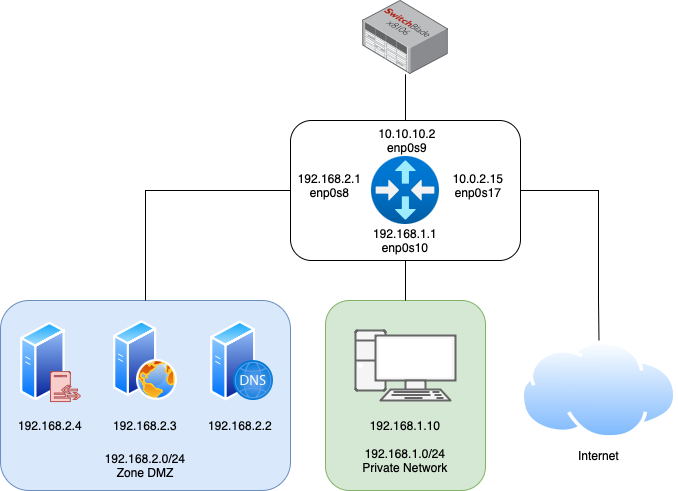
Before: ismail/DNetwork.png, a diagram exported from draw.io (Tructruc/N7-S5-Mise-En-Place-Reseau-Entreprise). Source tidied: cells renumbered, new cells last; positions are measured from the earlier drawing's top-left corner, leaving out a move shared by most shapes. The source it was exported from:
```xml
<mxGraphModel>
  <root>
    <mxCell id="0" />
    <mxCell id="1" parent="0" />
    <mxCell id="2" style="group;" parent="1" vertex="1">
      <mxGeometry y="300" width="290" height="190" as="geometry" />
    </mxCell>
    <mxCell id="3" style="rounded=1;whiteSpace=wrap;html=1;fillColor=#dae8fc;strokeColor=#6c8ebf;" parent="2" vertex="1">
      <mxGeometry width="290" height="190" as="geometry" />
    </mxCell>
    <mxCell id="4" style="image;perimeter=ellipsePerimeter;html=1;align=center;shadow=0;dashed=0;spacingTop=3;image=img/lib/active_directory/web_server.svg;" parent="2" vertex="1">
      <mxGeometry x="113" y="20" width="64" height="80" as="geometry" />
    </mxCell>
    <mxCell id="5" style="group;" parent="2" vertex="1">
      <mxGeometry x="210" y="20" width="63" height="81.1" as="geometry" />
    </mxCell>
    <mxCell id="6" style="image;perimeter=ellipsePerimeter;html=1;align=center;shadow=0;dashed=0;spacingTop=3;image=img/lib/active_directory/generic_server.svg;" parent="5" vertex="1">
      <mxGeometry width="45.4" height="81.1" as="geometry" />
    </mxCell>
    <mxCell id="7" style="image;html=1;align=center;fontSize=12;image=img/lib/azure2/networking/DNS_Zones.svg;" parent="5" vertex="1">
      <mxGeometry x="23" y="40.1" width="40" height="40" as="geometry" />
    </mxCell>
    <mxCell id="8" style="group;" parent="2" vertex="1">
      <mxGeometry x="20" y="21.1" width="60" height="80" as="geometry" />
    </mxCell>
    <mxCell id="9" style="image;perimeter=ellipsePerimeter;html=1;align=center;shadow=0;dashed=0;spacingTop=3;image=img/lib/active_directory/generic_server.svg;" parent="8" vertex="1">
      <mxGeometry width="44.8" height="80" as="geometry" />
    </mxCell>
    <mxCell id="10" style="sketch=0;shadow=0;dashed=0;html=1;strokeColor=#b85450;fillColor=#f8cecc;labelPosition=center;verticalLabelPosition=bottom;verticalAlign=top;align=center;shape=mxgraph.office.servers.reverse_proxy;" parent="8" vertex="1">
      <mxGeometry x="30" y="50" width="30" height="30" as="geometry" />
    </mxCell>
    <mxCell id="11" value="192.168.2.2" style="text;html=1;align=center;verticalAlign=middle;whiteSpace=wrap;rounded=0;" parent="2" vertex="1">
      <mxGeometry x="210" y="110" width="60" height="30" as="geometry" />
    </mxCell>
    <mxCell id="12" value="192.168.2.3" style="text;html=1;align=center;verticalAlign=middle;whiteSpace=wrap;rounded=0;" parent="2" vertex="1">
      <mxGeometry x="115" y="110" width="60" height="30" as="geometry" />
    </mxCell>
    <mxCell id="13" value="192.168.2.4" style="text;html=1;align=center;verticalAlign=middle;whiteSpace=wrap;rounded=0;" parent="2" vertex="1">
      <mxGeometry x="20" y="110" width="60" height="30" as="geometry" />
    </mxCell>
    <mxCell id="14" value="192.168.2.0/24&lt;div&gt;Zone DMZ&lt;/div&gt;" style="text;html=1;align=center;verticalAlign=middle;whiteSpace=wrap;rounded=0;" parent="2" vertex="1">
      <mxGeometry x="115" y="150" width="60" height="30" as="geometry" />
    </mxCell>
    <mxCell id="15" style="group;" parent="1" vertex="1">
      <mxGeometry x="325" y="300" width="160" height="190" as="geometry" />
    </mxCell>
    <mxCell id="16" style="rounded=1;whiteSpace=wrap;html=1;fillColor=#d5e8d4;strokeColor=#82b366;" parent="15" vertex="1">
      <mxGeometry width="160" height="190" as="geometry" />
    </mxCell>
    <mxCell id="17" style="verticalAlign=top;verticalLabelPosition=bottom;labelPosition=center;align=center;html=1;fillColor=#f5f5f5;strokeColor=#666666;gradientDirection=north;strokeWidth=2;shape=mxgraph.networks.pc;fontColor=#333333;" parent="15" vertex="1">
      <mxGeometry x="30" y="30" width="100" height="70" as="geometry" />
    </mxCell>
    <mxCell id="18" value="192.168.1.10" style="text;html=1;align=center;verticalAlign=middle;whiteSpace=wrap;rounded=0;" parent="15" vertex="1">
      <mxGeometry x="50" y="110" width="60" height="30" as="geometry" />
    </mxCell>
    <mxCell id="19" value="192.168.1.0/24&lt;div&gt;Private Network&lt;/div&gt;&lt;div&gt;&lt;br&gt;&lt;/div&gt;" style="text;html=1;align=center;verticalAlign=middle;whiteSpace=wrap;rounded=0;" parent="15" vertex="1">
      <mxGeometry x="35" y="151.5" width="90" height="30" as="geometry" />
    </mxCell>
    <mxCell id="20" value="Internet" style="image;perimeter=ellipsePerimeter;html=1;align=center;shadow=0;dashed=0;spacingTop=3;image=img/lib/active_directory/internet_cloud.svg;" parent="1" vertex="1">
      <mxGeometry x="520" y="340" width="157" height="98.9" as="geometry" />
    </mxCell>
    <mxCell id="21" style="group;" parent="1" vertex="1">
      <mxGeometry x="290" y="120" width="230" height="150" as="geometry" />
    </mxCell>
    <mxCell id="22" style="rounded=1;whiteSpace=wrap;html=1;" parent="21" vertex="1">
      <mxGeometry width="230" height="140" as="geometry" />
    </mxCell>
    <mxCell id="23" style="image;html=1;align=center;fontSize=12;image=img/lib/azure2/networking/Virtual_Router.svg;" parent="21" vertex="1">
      <mxGeometry x="81" y="36" width="68" height="68" as="geometry" />
    </mxCell>
    <mxCell id="24" value="192.168.1.1&#10;enp0s10" style="text;whiteSpace=wrap;align=center;" parent="21" vertex="1">
      <mxGeometry x="70" y="100" width="90" height="50" as="geometry" />
    </mxCell>
    <mxCell id="25" value="10.10.10.2&#10;enp0s9" style="text;whiteSpace=wrap;align=center;" parent="21" vertex="1">
      <mxGeometry x="71.5" width="90" height="50" as="geometry" />
    </mxCell>
    <mxCell id="26" value="192.168.2.1&#10;enp0s8" style="text;whiteSpace=wrap;align=center;" parent="21" vertex="1">
      <mxGeometry x="2" y="45" width="74.5" height="50" as="geometry" />
    </mxCell>
    <mxCell id="27" value="10.0.2.15&#10;enp0s17" style="text;whiteSpace=wrap;align=center;" parent="21" vertex="1">
      <mxGeometry x="156.5" y="45" width="61.5" height="50" as="geometry" />
    </mxCell>
    <mxCell id="28" style="edgeStyle=orthogonalEdgeStyle;rounded=0;jettySize=auto;html=1;entryX=0.5;entryY=0;entryDx=0;entryDy=0;endArrow=none;endFill=0;" parent="1" edge="1" source="22" target="20">
      <mxGeometry relative="1" as="geometry">
        <Array as="points">
          <mxPoint x="598" y="190" />
          <mxPoint x="598" y="300" />
        </Array>
      </mxGeometry>
    </mxCell>
    <mxCell id="29" style="edgeStyle=orthogonalEdgeStyle;rounded=0;jettySize=auto;html=1;endArrow=none;endFill=0;" parent="1" edge="1" source="22" target="16">
      <mxGeometry relative="1" as="geometry" />
    </mxCell>
    <mxCell id="30" style="edgeStyle=orthogonalEdgeStyle;rounded=0;jettySize=auto;html=1;entryX=0.5;entryY=0;entryDx=0;entryDy=0;endArrow=none;endFill=0;" parent="1" edge="1" source="22" target="3">
      <mxGeometry relative="1" as="geometry">
        <Array as="points">
          <mxPoint x="145" y="190" />
        </Array>
      </mxGeometry>
    </mxCell>
    <mxCell id="31" style="image;points=[];html=1;align=center;shadow=0;dashed=0;image=img/lib/allied_telesis/switch/Modular_Switch_SBx8106.svg;" parent="1" vertex="1">
      <mxGeometry x="362.1" width="85.8" height="73.8" as="geometry" />
    </mxCell>
    <mxCell id="32" style="edgeStyle=orthogonalEdgeStyle;rounded=0;jettySize=auto;html=1;endArrow=none;endFill=0;" parent="1" edge="1" source="22" target="31">
      <mxGeometry relative="1" as="geometry" />
    </mxCell>
  </root>
</mxGraphModel>
```
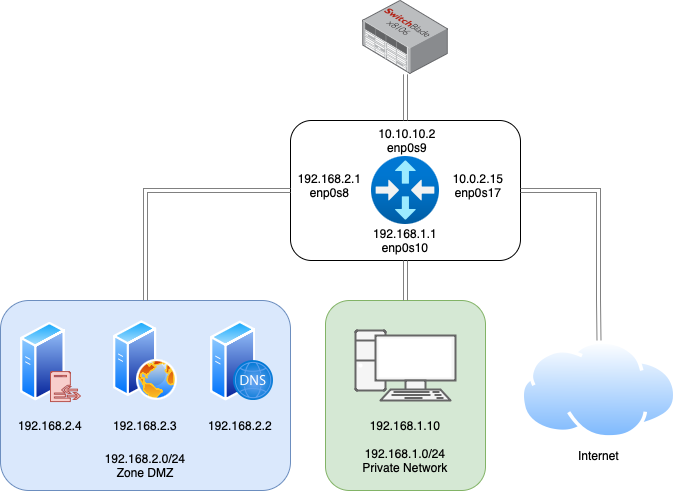
After the change.

Commit message:
more visible photo

What changed in the source:
```diff
@@ -80,7 +80,7 @@
     <mxCell id="27" value="10.0.2.15&#10;enp0s17" style="text;whiteSpace=wrap;align=center;" parent="21" vertex="1">
       <mxGeometry x="156.5" y="45" width="61.5" height="50" as="geometry" />
     </mxCell>
-    <mxCell id="28" style="edgeStyle=orthogonalEdgeStyle;rounded=0;jettySize=auto;html=1;entryX=0.5;entryY=0;entryDx=0;entryDy=0;endArrow=none;endFill=0;" parent="1" edge="1" source="22" target="20">
+    <mxCell id="28" style="edgeStyle=orthogonalEdgeStyle;rounded=0;jettySize=auto;html=1;entryX=0.5;entryY=0;entryDx=0;entryDy=0;endArrow=none;endFill=0;fillColor=#e3c800;strokeColor=#808080;jumpSize=100;flowAnimation=1;shape=link;" parent="1" edge="1" source="22" target="20">
       <mxGeometry relative="1" as="geometry">
         <Array as="points">
           <mxPoint x="598" y="190" />
@@ -88,10 +88,10 @@
         </Array>
       </mxGeometry>
     </mxCell>
-    <mxCell id="29" style="edgeStyle=orthogonalEdgeStyle;rounded=0;jettySize=auto;html=1;endArrow=none;endFill=0;" parent="1" edge="1" source="22" target="16">
+    <mxCell id="29" style="edgeStyle=orthogonalEdgeStyle;rounded=0;jettySize=auto;html=1;endArrow=none;endFill=0;fillColor=#e3c800;strokeColor=#808080;jumpSize=100;flowAnimation=1;shape=link;" parent="1" edge="1" source="22" target="16">
       <mxGeometry relative="1" as="geometry" />
     </mxCell>
-    <mxCell id="30" style="edgeStyle=orthogonalEdgeStyle;rounded=0;jettySize=auto;html=1;entryX=0.5;entryY=0;entryDx=0;entryDy=0;endArrow=none;endFill=0;" parent="1" edge="1" source="22" target="3">
+    <mxCell id="30" style="edgeStyle=orthogonalEdgeStyle;rounded=0;jettySize=auto;html=1;entryX=0.5;entryY=0;entryDx=0;entryDy=0;endArrow=none;endFill=0;strokeColor=#808080;fillColor=#e3c800;jumpSize=100;flowAnimation=1;shape=link;" parent="1" edge="1" source="22" target="3">
       <mxGeometry relative="1" as="geometry">
         <Array as="points">
           <mxPoint x="145" y="190" />
@@ -101,7 +101,7 @@
     <mxCell id="31" style="image;points=[];html=1;align=center;shadow=0;dashed=0;image=img/lib/allied_telesis/switch/Modular_Switch_SBx8106.svg;" parent="1" vertex="1">
       <mxGeometry x="362.1" width="85.8" height="73.8" as="geometry" />
     </mxCell>
-    <mxCell id="32" style="edgeStyle=orthogonalEdgeStyle;rounded=0;jettySize=auto;html=1;endArrow=none;endFill=0;" parent="1" edge="1" source="22" target="31">
+    <mxCell id="32" style="edgeStyle=orthogonalEdgeStyle;rounded=0;jettySize=auto;html=1;endArrow=none;endFill=0;fillColor=#e3c800;strokeColor=#808080;jumpSize=100;flowAnimation=1;shape=link;" parent="1" edge="1" source="22" target="31">
       <mxGeometry relative="1" as="geometry" />
     </mxCell>
   </root>
```
